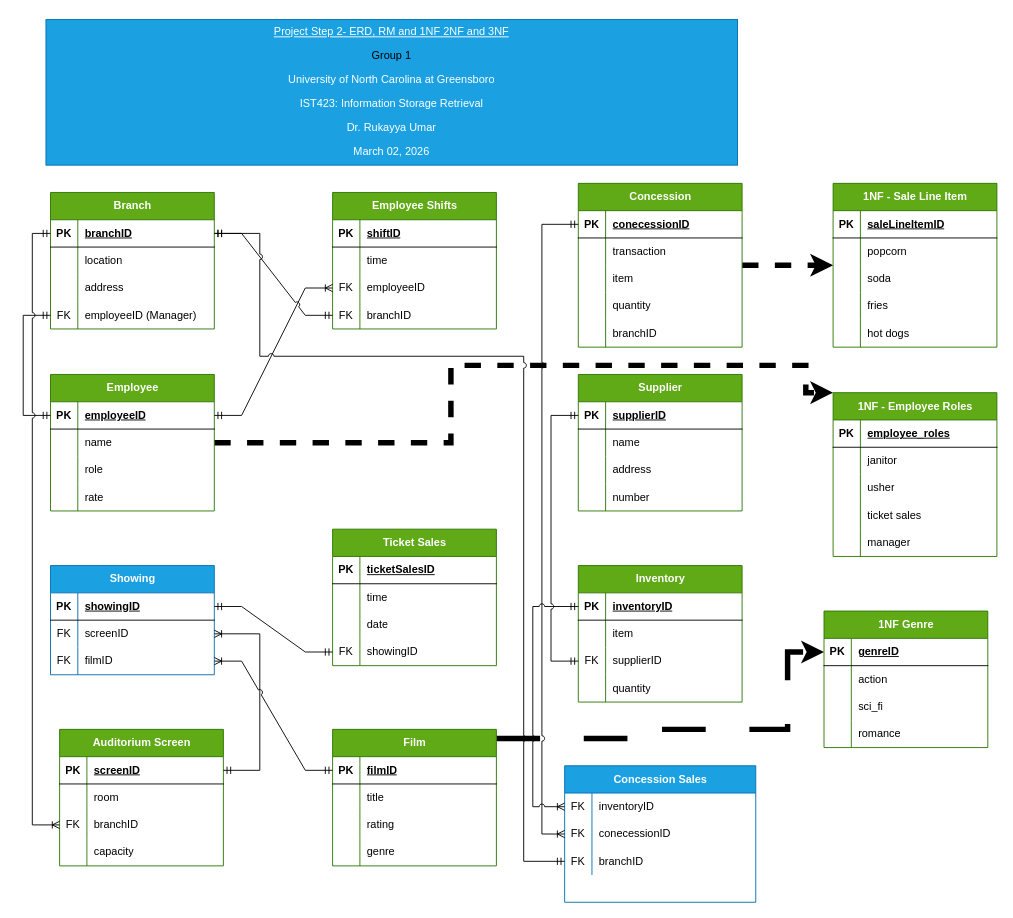
bmontessua/general keeps this draw.io diagram as page "1NF" (3 of 4) of Group-Topic-Movie_Theater.drawio. Above is the earlier version. Source tidied: cells renumbered, new cells numbered last; positions are measured from the earlier drawing's top-left corner, leaving out a move shared by most shapes. Both pictures are drawn from the tidied source at 91%, with x=0, y=0 at pixel (23, 19).
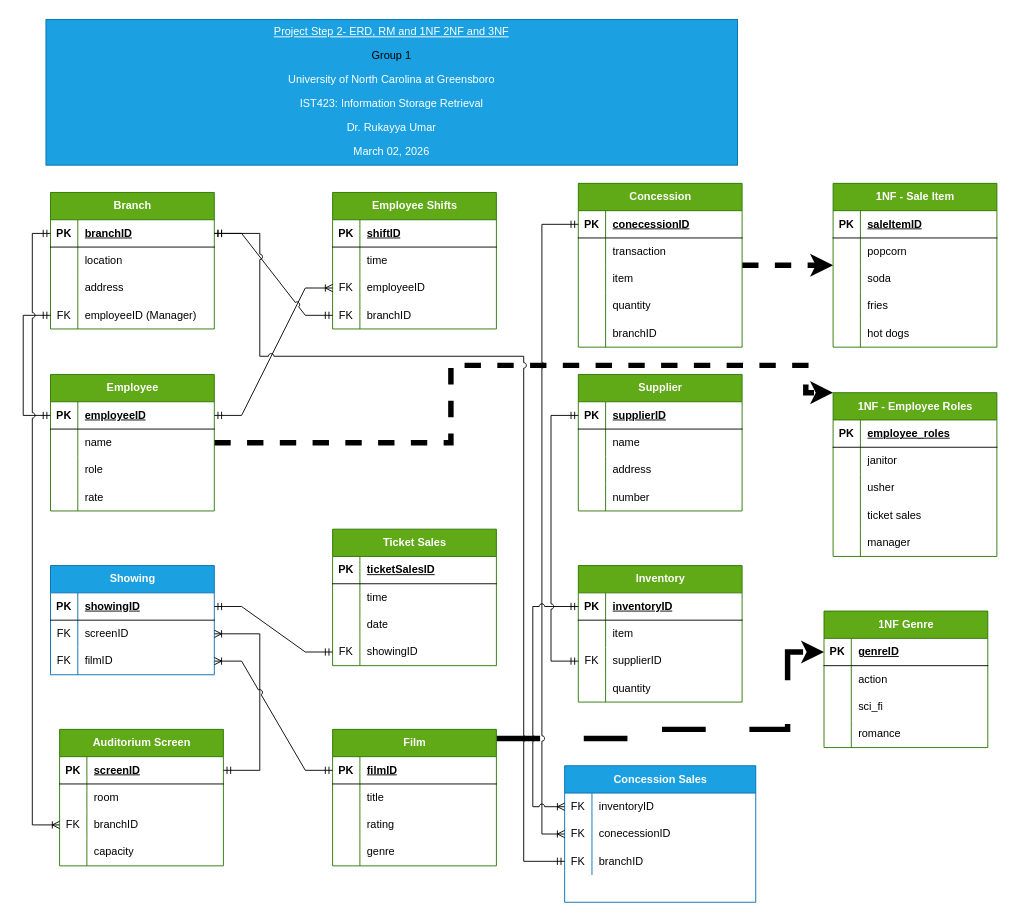
Above is the later version.

The change refers to these unchanged cells:
```xml
<mxCell id="158" style="shape=tableRow;horizontal=0;startSize=0;swimlaneHead=0;swimlaneBody=0;fillColor=none;top=0;left=0;right=0;bottom=1;" parent="157" vertex="1">
  <mxGeometry y="30" width="180" height="30" as="geometry" />
</mxCell>
```

The edit, as a diff of the source:
```diff
@@
-    <mxCell id="157" value="1NF - Sale Line Item" style="shape=table;startSize=30;childLayout=tableLayout;rowLines=0;fontStyle=1;align=center;html=1;fillColor=#60a917;fontColor=#ffffff;strokeColor=#2D7600;" parent="1" vertex="1">
+    <mxCell id="157" value="1NF - Sale Item" style="shape=table;startSize=30;childLayout=tableLayout;rowLines=0;fontStyle=1;align=center;html=1;fillColor=#60a917;fontColor=#ffffff;strokeColor=#2D7600;" parent="1" vertex="1">
       <mxGeometry x="890" y="180" width="180" height="180" as="geometry" />
     </mxCell>
@@
-    <mxCell id="160" value="saleLineItemID" style="shape=partialRectangle;fillColor=none;top=0;left=0;bottom=0;right=0;align=left;spacingLeft=6;fontStyle=5;overflow=hidden;whiteSpace=wrap;html=1;" parent="158" vertex="1">
+    <mxCell id="160" value="saleItemID" style="shape=partialRectangle;fillColor=none;top=0;left=0;bottom=0;right=0;align=left;spacingLeft=6;fontStyle=5;overflow=hidden;whiteSpace=wrap;html=1;" parent="158" vertex="1">
       <mxGeometry x="30" width="150" height="30" as="geometry" />
     </mxCell>
```
